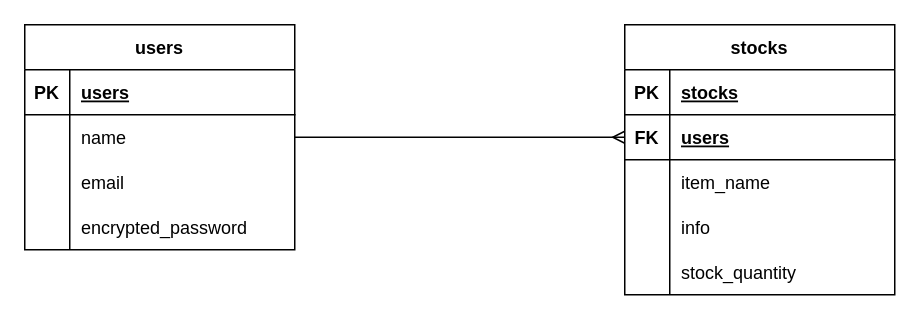
Earlier version of the draw.io diagram er.dio (y-komurasaki/tikstock-0415). Source tidied: cells renumbered, new cells numbered last; positions are measured from the earlier drawing's top-left corner, leaving out a move shared by most shapes. Both pictures are drawn from the tidied source at 150%, with x=0, y=0 at pixel (24, 24).
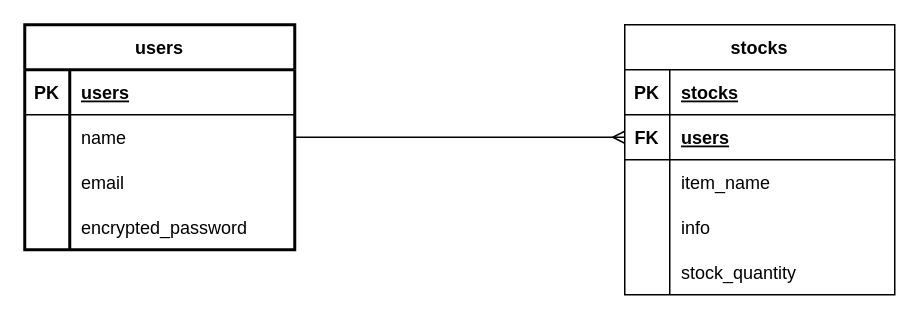
The same diagram, later.

Change to the diagram source:
```diff
@@
-    <mxCell id="2" value="users" style="shape=table;startSize=30;childLayout=tableLayout;rowLines=0;fontStyle=1;align=center;strokeWidth=1;" parent="1" vertex="1">
+    <mxCell id="2" value="users" style="shape=table;startSize=30;childLayout=tableLayout;rowLines=0;fontStyle=1;align=center;strokeWidth=2;" parent="1" vertex="1">
       <mxGeometry width="180" height="150" as="geometry" />
     </mxCell>
```
